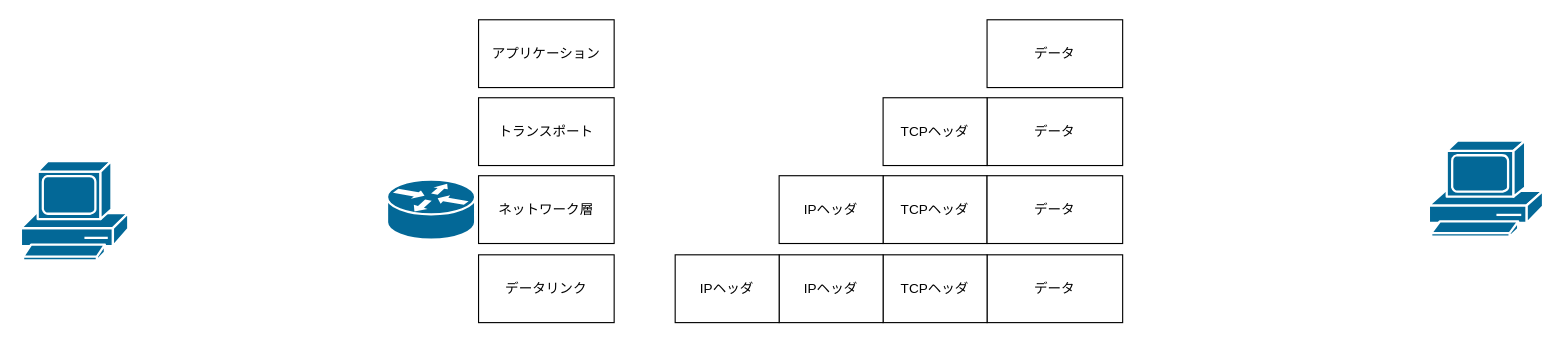
Above: カプセル化（フレーミング）.drawio in kyforprogram/ccna (draw.io), before the change. Source tidied: cells renumbered, new cells numbered last; positions are measured from the earlier drawing's top-left corner, leaving out a move shared by most shapes. Both pictures are drawn from the tidied source at 113%, with x=0, y=0 at pixel (20, 19).
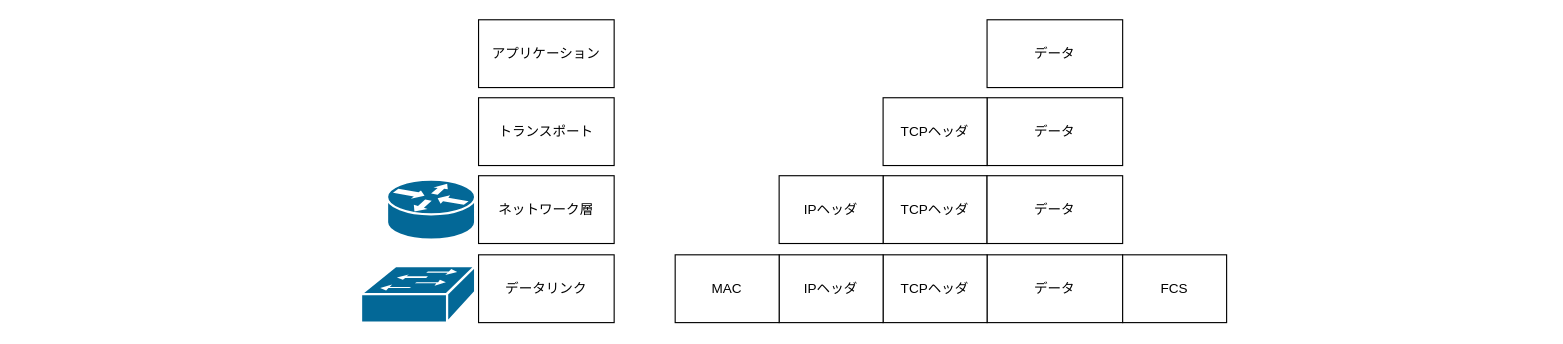
After the change.

Commit message (it also covers changes not shown here):
カプセル化（フレーミング）.drawio を更新します

Diff of the diagram source:
```diff
@@
 <mxGraphModel>
   <root>
     <mxCell id="0" />
     <mxCell id="1" parent="0" />
     <mxCell id="2" value="データ" style="whiteSpace=wrap;html=1;" parent="1" vertex="1">
       <mxGeometry x="855" width="120" height="60" as="geometry" />
     </mxCell>
     <mxCell id="3" value="データ" style="whiteSpace=wrap;html=1;" parent="1" vertex="1">
       <mxGeometry x="855" y="69" width="120" height="60" as="geometry" />
     </mxCell>
     <mxCell id="4" value="TCPヘッダ" style="whiteSpace=wrap;html=1;" parent="1" vertex="1">
       <mxGeometry x="763" y="69" width="92" height="60" as="geometry" />
     </mxCell>
     <mxCell id="5" value="TCPヘッダ" style="whiteSpace=wrap;html=1;" parent="1" vertex="1">
       <mxGeometry x="763" y="138" width="92" height="60" as="geometry" />
     </mxCell>
     <mxCell id="6" value="データ" style="whiteSpace=wrap;html=1;" parent="1" vertex="1">
       <mxGeometry x="855" y="138" width="120" height="60" as="geometry" />
     </mxCell>
     <mxCell id="7" value="IPヘッダ" style="whiteSpace=wrap;html=1;" parent="1" vertex="1">
       <mxGeometry x="671" y="138" width="92" height="60" as="geometry" />
     </mxCell>
     <mxCell id="8" value="データ" style="whiteSpace=wrap;html=1;" parent="1" vertex="1">
       <mxGeometry x="855" y="208" width="120" height="60" as="geometry" />
     </mxCell>
     <mxCell id="9" value="TCPヘッダ" style="whiteSpace=wrap;html=1;" parent="1" vertex="1">
       <mxGeometry x="763" y="208" width="92" height="60" as="geometry" />
     </mxCell>
     <mxCell id="10" value="IPヘッダ" style="whiteSpace=wrap;html=1;" parent="1" vertex="1">
       <mxGeometry x="671" y="208" width="92" height="60" as="geometry" />
     </mxCell>
-    <mxCell id="11" value="IPヘッダ" style="whiteSpace=wrap;html=1;" parent="1" vertex="1">
-      <mxGeometry x="579" y="208" width="92" height="60" as="geometry" />
+    <mxCell id="11" value="FCS" style="whiteSpace=wrap;html=1;" parent="1" vertex="1">
+      <mxGeometry x="975" y="208" width="92" height="60" as="geometry" />
     </mxCell>
     <mxCell id="12" value="アプリケーション" style="whiteSpace=wrap;html=1;" parent="1" vertex="1">
       <mxGeometry x="405" width="120" height="60" as="geometry" />
     </mxCell>
     <mxCell id="13" value="トランスポート" style="whiteSpace=wrap;html=1;" parent="1" vertex="1">
       <mxGeometry x="405" y="69" width="120" height="60" as="geometry" />
     </mxCell>
     <mxCell id="14" value="ネットワーク層" style="whiteSpace=wrap;html=1;" parent="1" vertex="1">
       <mxGeometry x="405" y="138" width="120" height="60" as="geometry" />
     </mxCell>
     <mxCell id="15" value="データリンク" style="whiteSpace=wrap;html=1;" parent="1" vertex="1">
       <mxGeometry x="405" y="208" width="120" height="60" as="geometry" />
     </mxCell>
-    <mxCell id="16" style="shape=mxgraph.cisco.computers_and_peripherals.pc;sketch=0;html=1;dashed=0;fillColor=#036897;strokeColor=#ffffff;strokeWidth=2;verticalLabelPosition=bottom;verticalAlign=top;align=center;fontFamily=Helvetica;fontSize=11;fontColor=default;" parent="1" vertex="1">
-      <mxGeometry y="125" width="95" height="88" as="geometry" />
-    </mxCell>
-    <mxCell id="17" style="shape=mxgraph.cisco.computers_and_peripherals.pc;sketch=0;html=1;dashed=0;fillColor=#036897;strokeColor=#ffffff;strokeWidth=2;verticalLabelPosition=bottom;verticalAlign=top;align=center;fontFamily=Helvetica;fontSize=11;fontColor=default;" parent="1" vertex="1">
-      <mxGeometry x="1246" y="107" width="101" height="85" as="geometry" />
-    </mxCell>
     <mxCell id="18" style="shape=mxgraph.cisco.routers.router;sketch=0;html=1;dashed=0;fillColor=#036897;strokeColor=#ffffff;strokeWidth=2;verticalLabelPosition=bottom;verticalAlign=top;align=center;fontFamily=Helvetica;fontSize=11;fontColor=default;" parent="1" vertex="1">
       <mxGeometry x="324" y="141.5" width="78" height="53" as="geometry" />
     </mxCell>
+    <mxCell id="19" style="shape=mxgraph.cisco.switches.workgroup_switch;sketch=0;html=1;dashed=0;fillColor=#036897;strokeColor=#ffffff;strokeWidth=2;verticalLabelPosition=bottom;verticalAlign=top;align=center;fontFamily=Helvetica;fontSize=11;fontColor=default;" parent="1" vertex="1">
+      <mxGeometry x="301" y="218" width="101" height="50" as="geometry" />
+    </mxCell>
+    <mxCell id="20" value="MAC" style="whiteSpace=wrap;html=1;" parent="1" vertex="1">
+      <mxGeometry x="579" y="208" width="92" height="60" as="geometry" />
+    </mxCell>
   </root>
 </mxGraphModel>
```
